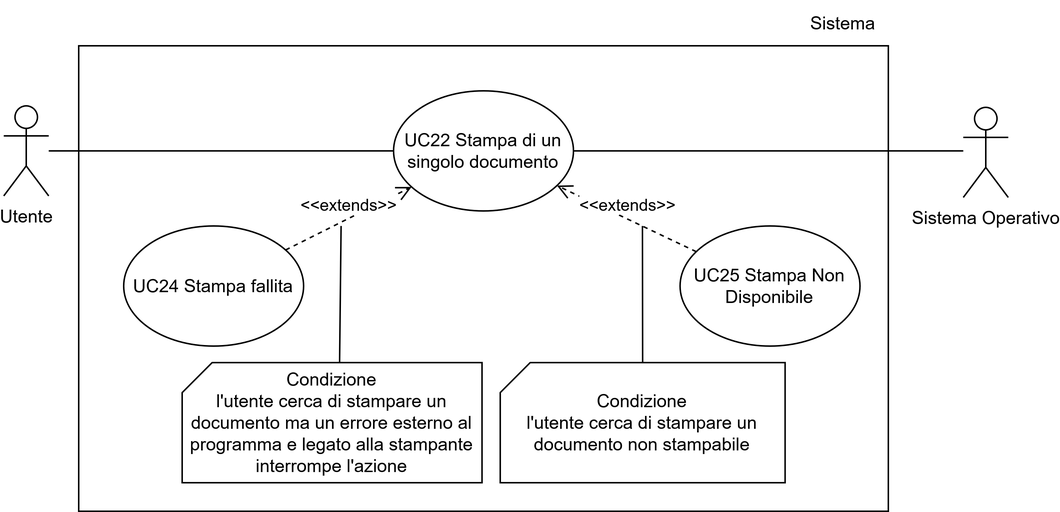
Above: assets/uml/UC22.png in 7-ZPUs/Docs (draw.io), before the change. Source tidied: cells renumbered, new cells last; positions are measured from the earlier drawing's top-left corner, leaving out a move shared by most shapes.
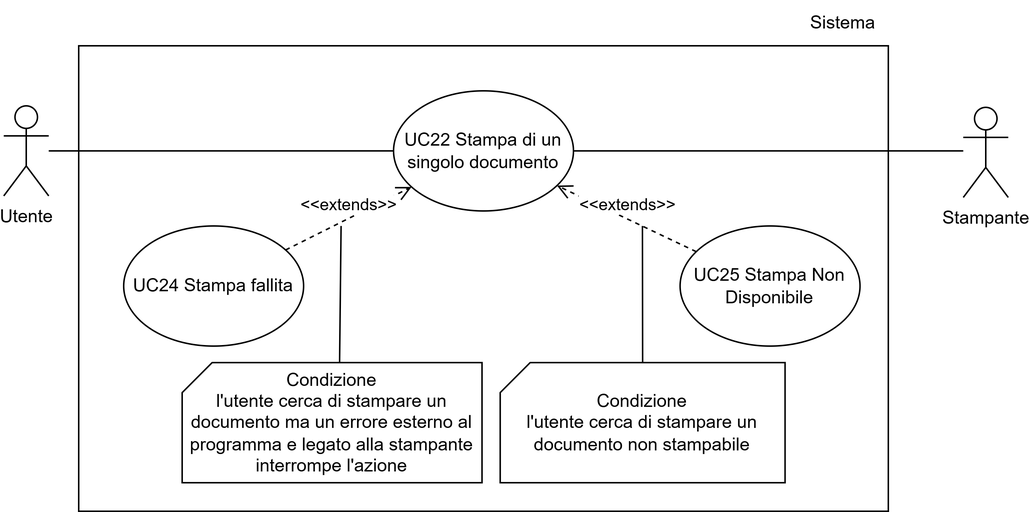
The same file after the commit.

Diff of the diagram source:
```diff
@@ -25,7 +25,7 @@
         <mxPoint x="426" y="150" as="targetPoint" />
       </mxGeometry>
     </mxCell>
-    <mxCell id="9" value="&lt;div&gt;Sistema Operativo&lt;/div&gt;" style="shape=umlActor;verticalLabelPosition=bottom;verticalAlign=top;html=1;" parent="1" vertex="1">
+    <mxCell id="9" value="&lt;div&gt;Stampante&lt;/div&gt;" style="shape=umlActor;verticalLabelPosition=bottom;verticalAlign=top;html=1;" parent="1" vertex="1">
       <mxGeometry x="640" y="71" width="30" height="60" as="geometry" />
     </mxCell>
     <mxCell id="10" style="endArrow=none;html=1;rounded=0;" parent="1" edge="1" source="4">
```
